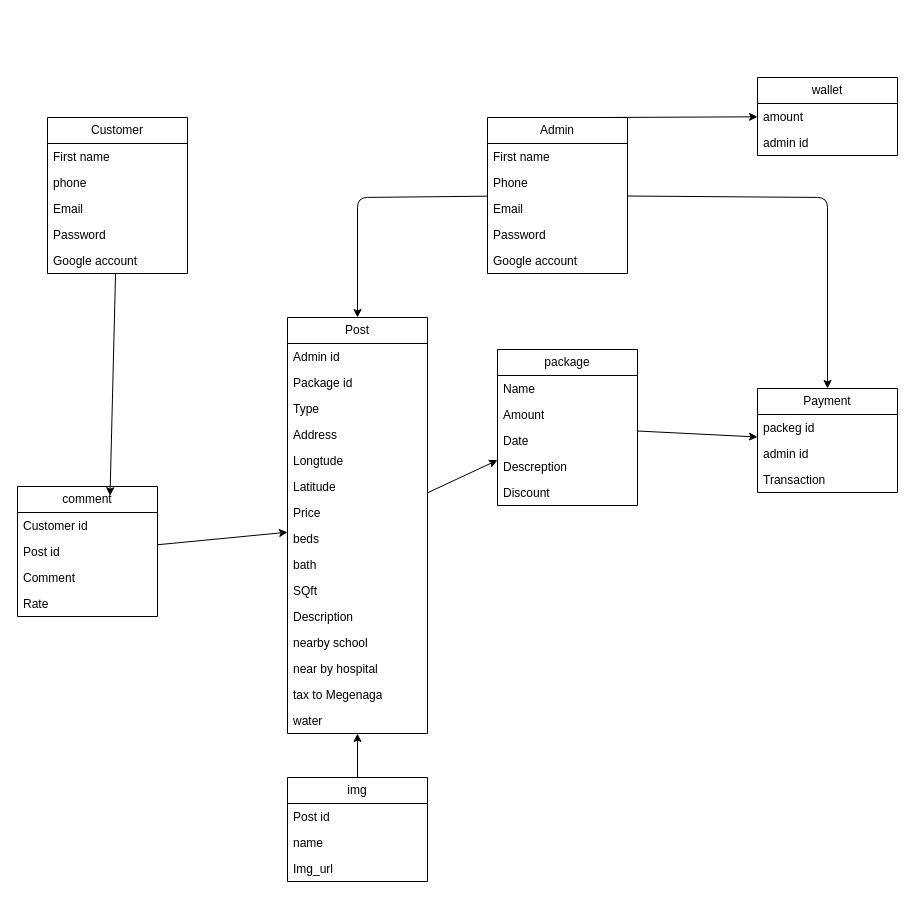
The draw.io diagram DOC/Class_diagram.dio in Ab71621/BETNET, before the edit. Source tidied: cells renumbered, new cells numbered last; positions are measured from the earlier drawing's top-left corner, leaving out a move shared by most shapes. Both pictures are drawn from the tidied source at 100%, with x=0, y=0 at pixel (17, 77).
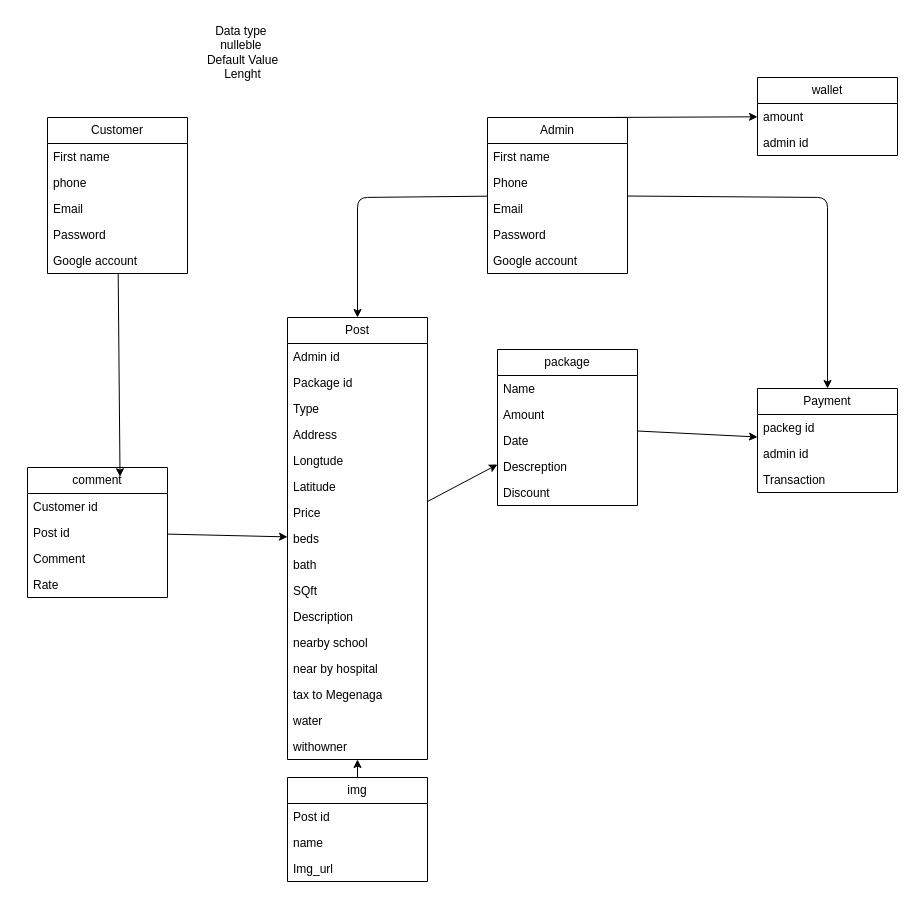
After the change.

Change to the diagram source:
```diff
@@
     <mxCell id="18" value="Post" style="swimlane;fontStyle=0;horizontal=1;startSize=26;fillColor=none;whiteSpace=wrap;html=1;" parent="1" vertex="1">
-      <mxGeometry x="270" y="240" width="140" height="416" as="geometry" />
+      <mxGeometry x="270" y="240" width="140" height="442" as="geometry" />
     </mxCell>
@@
+    <mxCell id="60" value="withowner" style="text;strokeColor=none;fillColor=none;align=left;verticalAlign=top;spacingLeft=4;spacingRight=4;overflow=hidden;whiteSpace=wrap;html=1;" parent="18" vertex="1">
+      <mxGeometry y="416" width="140" height="26" as="geometry" />
+    </mxCell>
@@
     <mxCell id="42" value="comment" style="swimlane;fontStyle=0;horizontal=1;startSize=26;fillColor=none;whiteSpace=wrap;html=1;" parent="1" vertex="1">
-      <mxGeometry y="409" width="140" height="130" as="geometry" />
+      <mxGeometry x="10" y="390" width="140" height="130" as="geometry" />
     </mxCell>
@@
+    <mxCell id="61" value="Data type&amp;nbsp;&lt;div&gt;nulleble&amp;nbsp;&lt;/div&gt;&lt;div&gt;Default Value&lt;/div&gt;&lt;div&gt;Lenght&lt;/div&gt;" style="text;html=1;align=center;verticalAlign=middle;strokeColor=none;fillColor=none;" parent="1" vertex="1">
+      <mxGeometry x="180" y="-60" width="90" height="70" as="geometry" />
+    </mxCell>
```
